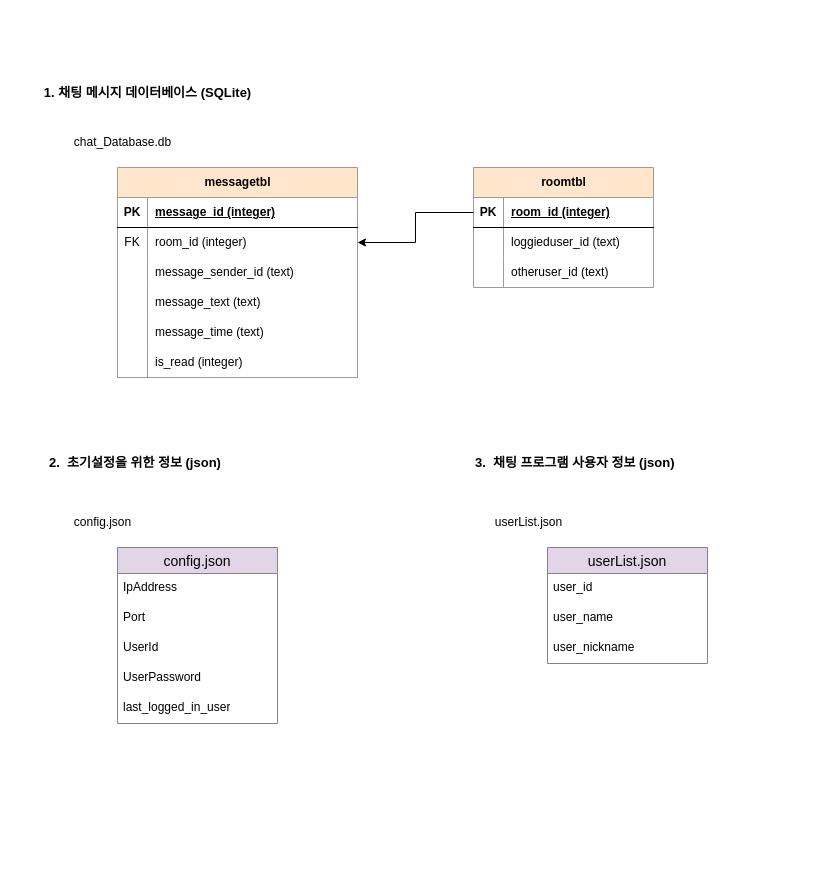
Before: 채팅 클라이언트 DB.drawio in Hyunmin-Kwak-hub/neighbor21, a draw.io diagram. Source tidied: cells renumbered, new cells numbered last; positions are measured from the earlier drawing's top-left corner, leaving out a move shared by most shapes. Both pictures are drawn from the tidied source at 100%, with x=0, y=0 at pixel (27, 77).
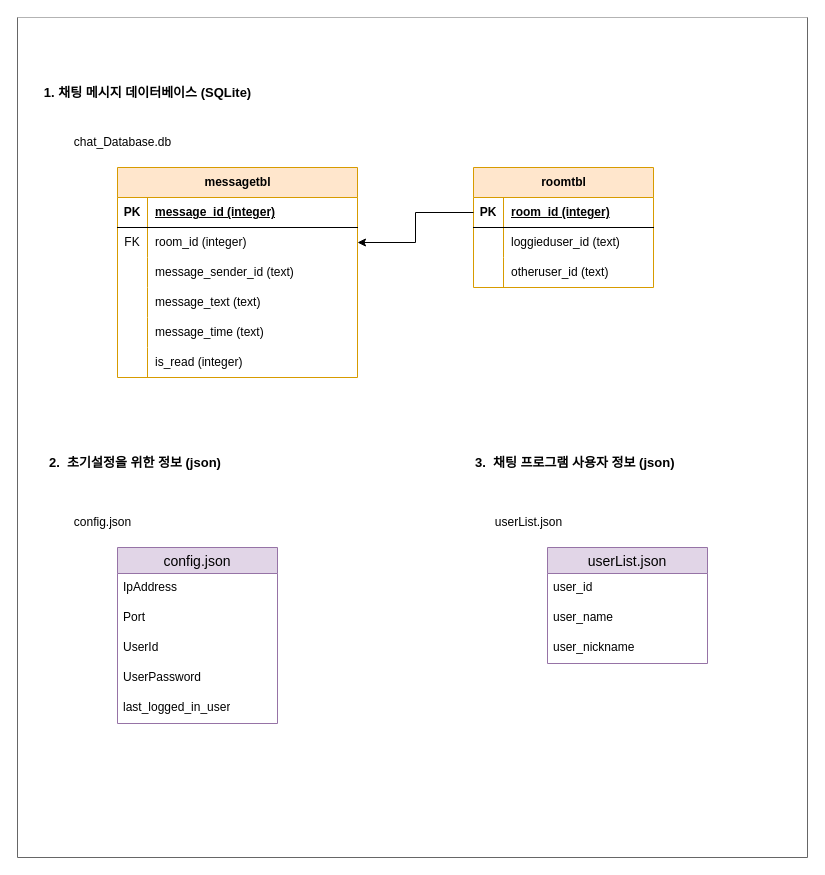
The same diagram, later.

Commit message:
채팅 클라이언트 DB.drawio 업데이트

Change to the diagram source:
```diff
@@
+    <mxCell id="48" style="swimlane;startSize=0;fillColor=#f5f5f5;fontColor=#333333;strokeColor=#666666;swimlaneFillColor=default;" parent="1" vertex="1">
+      <mxGeometry x="-10" y="-60" width="790" height="840" as="geometry" />
+    </mxCell>
```
